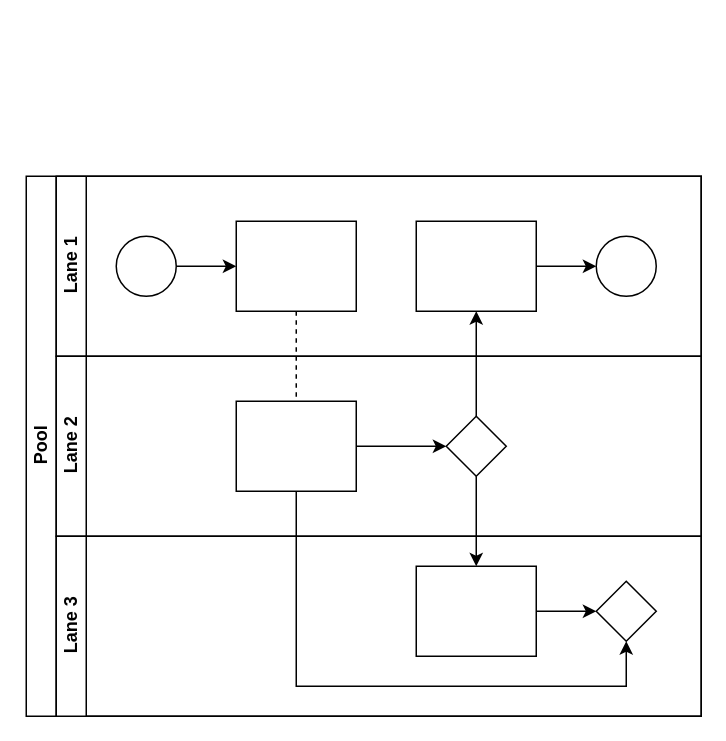
Earlier version of the draw.io diagram test1.drawio (summerxwu/draw.io). Source tidied: cells renumbered, new cells numbered last; positions are measured from the earlier drawing's top-left corner, leaving out a move shared by most shapes. Both pictures are drawn from the tidied source at 150%, with x=0, y=0 at pixel (26, 176).
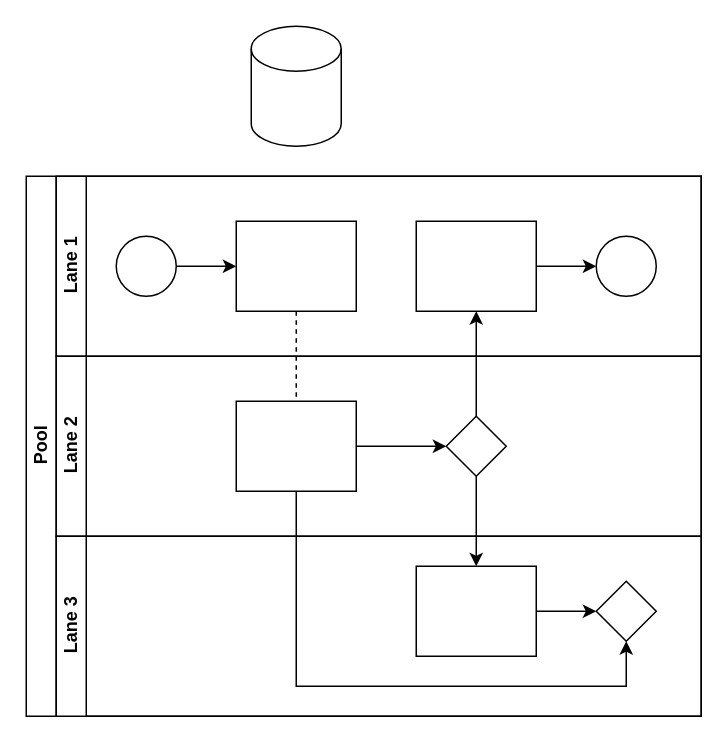
Above is the later version.

What changed in the source:
```diff
@@
+    <mxCell id="22" style="shape=cylinder3;whiteSpace=wrap;html=1;boundedLbl=1;backgroundOutline=1;size=15;" parent="1" vertex="1">
+      <mxGeometry x="150" y="-100" width="60" height="80" as="geometry" />
+    </mxCell>
```
